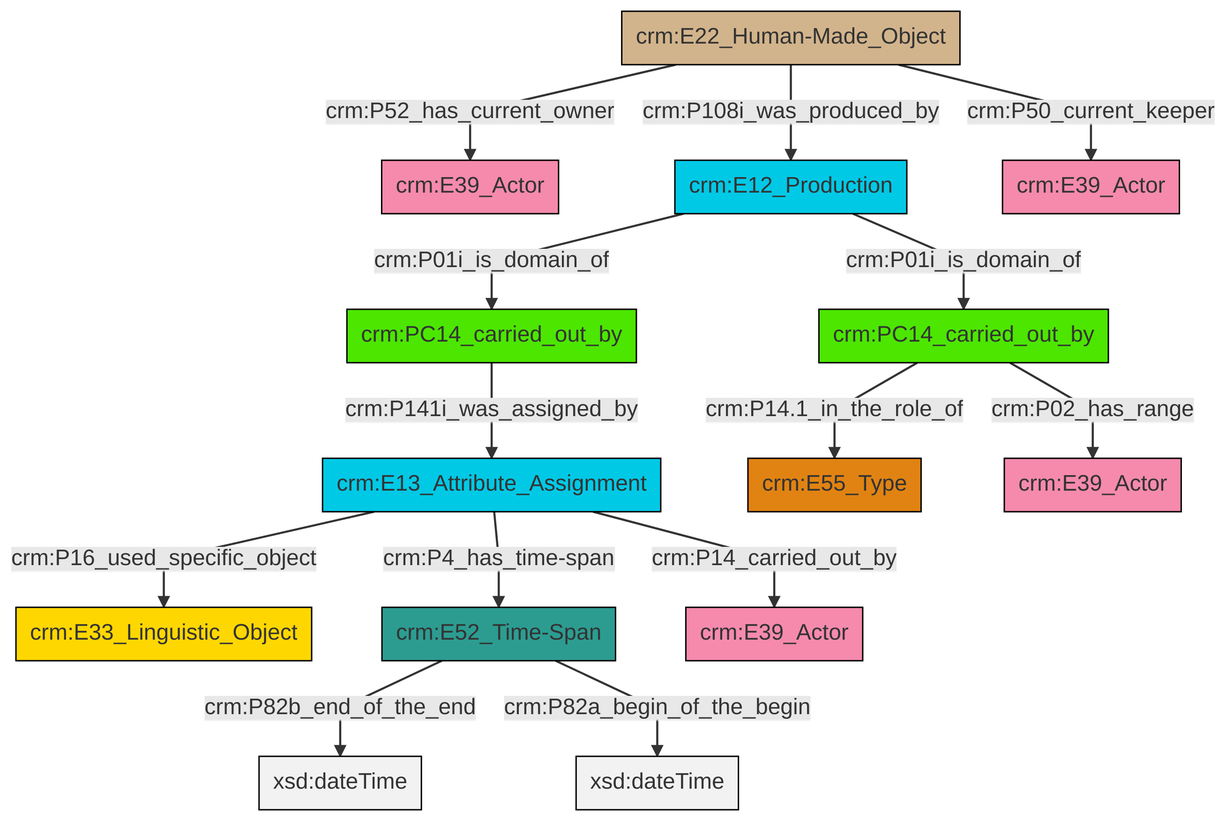
The Mermaid diagram et/carrierCSV/ttl/mmd/png/carrier_relations.png in swiss-art-research-net/docs.swissartresearch, before a commit. Its source is kept beside it as et/carrierCSV/ttl/mmd/carrier_relations.ttl.mmd.
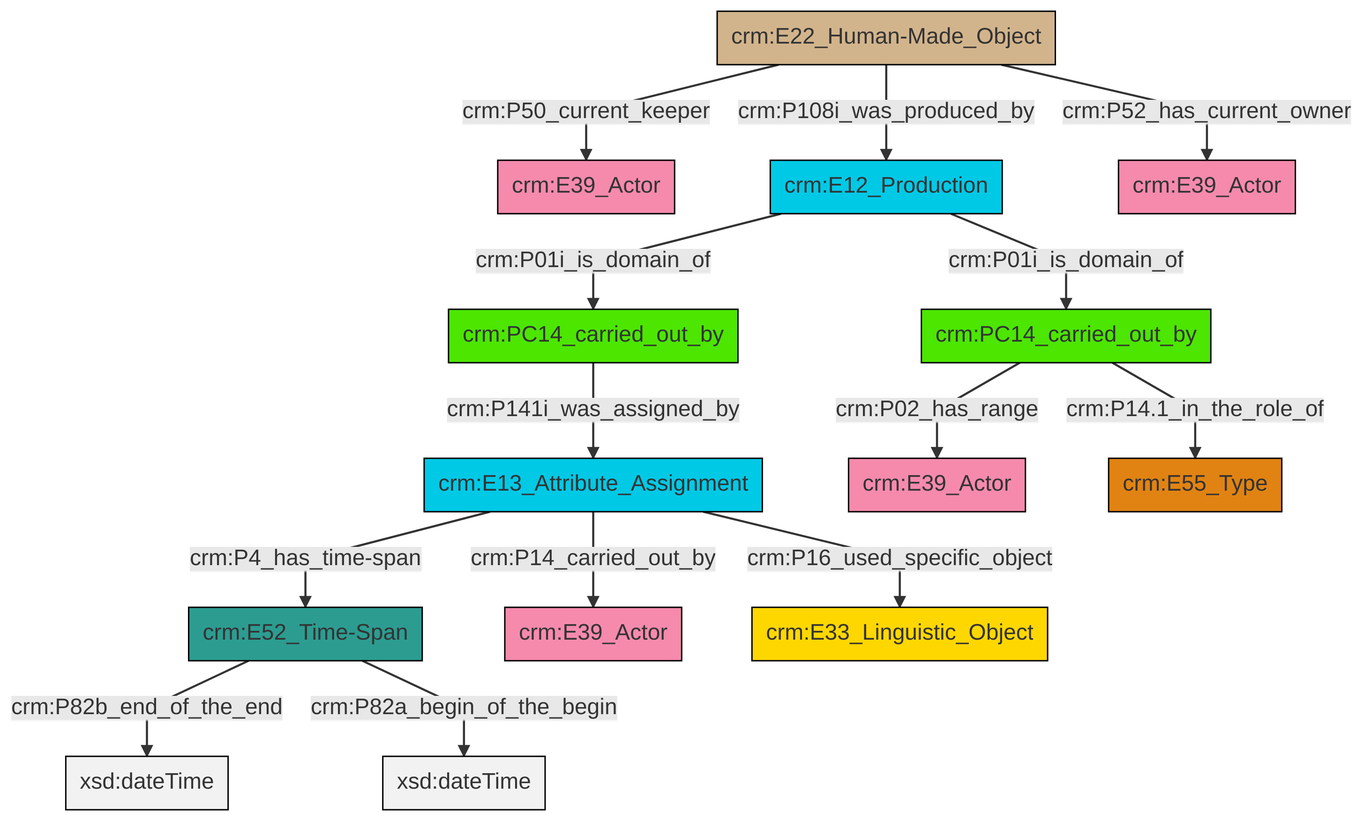
After the commit.

The edit, as a diff of the source:
```diff
@@ -13,16 +13,16 @@
 classDef PC_Classes fill:#4ce600, stroke:#000000;
 classDef Multi fill:#cccccc,stroke:#000000;
 
-4["crm:E22_Human-Made_Object"]:::Physical_Thing -->|crm:P108i_was_produced_by| 8["crm:E12_Production"]:::Temporal_Entity
-8["crm:E12_Production"]:::Temporal_Entity -->|crm:P01i_is_domain_of| 9["crm:PC14_carried_out_by"]:::PC_Classes
-11["crm:E13_Attribute_Assignment"]:::Temporal_Entity -->|crm:P4_has_time-span| 12["crm:E52_Time-Span"]:::Time-Span
-8["crm:E12_Production"]:::Temporal_Entity -->|crm:P01i_is_domain_of| 0["crm:PC14_carried_out_by"]:::PC_Classes
-9["crm:PC14_carried_out_by"]:::PC_Classes -->|crm:P141i_was_assigned_by| 11["crm:E13_Attribute_Assignment"]:::Temporal_Entity
-0["crm:PC14_carried_out_by"]:::PC_Classes -->|crm:P14.1_in_the_role_of| 13["crm:E55_Type"]:::Type
-11["crm:E13_Attribute_Assignment"]:::Temporal_Entity -->|crm:P14_carried_out_by| 14["crm:E39_Actor"]:::Actor
-12["crm:E52_Time-Span"]:::Time-Span -->|crm:P82b_end_of_the_end| 17[xsd:dateTime]:::Literal
-0["crm:PC14_carried_out_by"]:::PC_Classes -->|crm:P02_has_range| 18["crm:E39_Actor"]:::Actor
-4["crm:E22_Human-Made_Object"]:::Physical_Thing -->|crm:P52_has_current_owner| 2["crm:E39_Actor"]:::Actor
-12["crm:E52_Time-Span"]:::Time-Span -->|crm:P82a_begin_of_the_begin| 23[xsd:dateTime]:::Literal
-11["crm:E13_Attribute_Assignment"]:::Temporal_Entity -->|crm:P16_used_specific_object| 6["crm:E33_Linguistic_Object"]:::Conceptual_Object
-4["crm:E22_Human-Made_Object"]:::Physical_Thing -->|crm:P50_current_keeper| 15["crm:E39_Actor"]:::Actor
+0["crm:E52_Time-Span"]:::Time-Span -->|crm:P82b_end_of_the_end| 1[xsd:dateTime]:::Literal
+5["crm:E22_Human-Made_Object"]:::Physical_Thing -->|crm:P50_current_keeper| 6["crm:E39_Actor"]:::Actor
+2["crm:PC14_carried_out_by"]:::PC_Classes -->|crm:P141i_was_assigned_by| 7["crm:E13_Attribute_Assignment"]:::Temporal_Entity
+5["crm:E22_Human-Made_Object"]:::Physical_Thing -->|crm:P108i_was_produced_by| 8["crm:E12_Production"]:::Temporal_Entity
+8["crm:E12_Production"]:::Temporal_Entity -->|crm:P01i_is_domain_of| 2["crm:PC14_carried_out_by"]:::PC_Classes
+5["crm:E22_Human-Made_Object"]:::Physical_Thing -->|crm:P52_has_current_owner| 14["crm:E39_Actor"]:::Actor
+15["crm:PC14_carried_out_by"]:::PC_Classes -->|crm:P02_has_range| 10["crm:E39_Actor"]:::Actor
+7["crm:E13_Attribute_Assignment"]:::Temporal_Entity -->|crm:P4_has_time-span| 0["crm:E52_Time-Span"]:::Time-Span
+0["crm:E52_Time-Span"]:::Time-Span -->|crm:P82a_begin_of_the_begin| 16[xsd:dateTime]:::Literal
+7["crm:E13_Attribute_Assignment"]:::Temporal_Entity -->|crm:P14_carried_out_by| 12["crm:E39_Actor"]:::Actor
+15["crm:PC14_carried_out_by"]:::PC_Classes -->|crm:P14.1_in_the_role_of| 17["crm:E55_Type"]:::Type
+8["crm:E12_Production"]:::Temporal_Entity -->|crm:P01i_is_domain_of| 15["crm:PC14_carried_out_by"]:::PC_Classes
+7["crm:E13_Attribute_Assignment"]:::Temporal_Entity -->|crm:P16_used_specific_object| 21["crm:E33_Linguistic_Object"]:::Conceptual_Object
```
